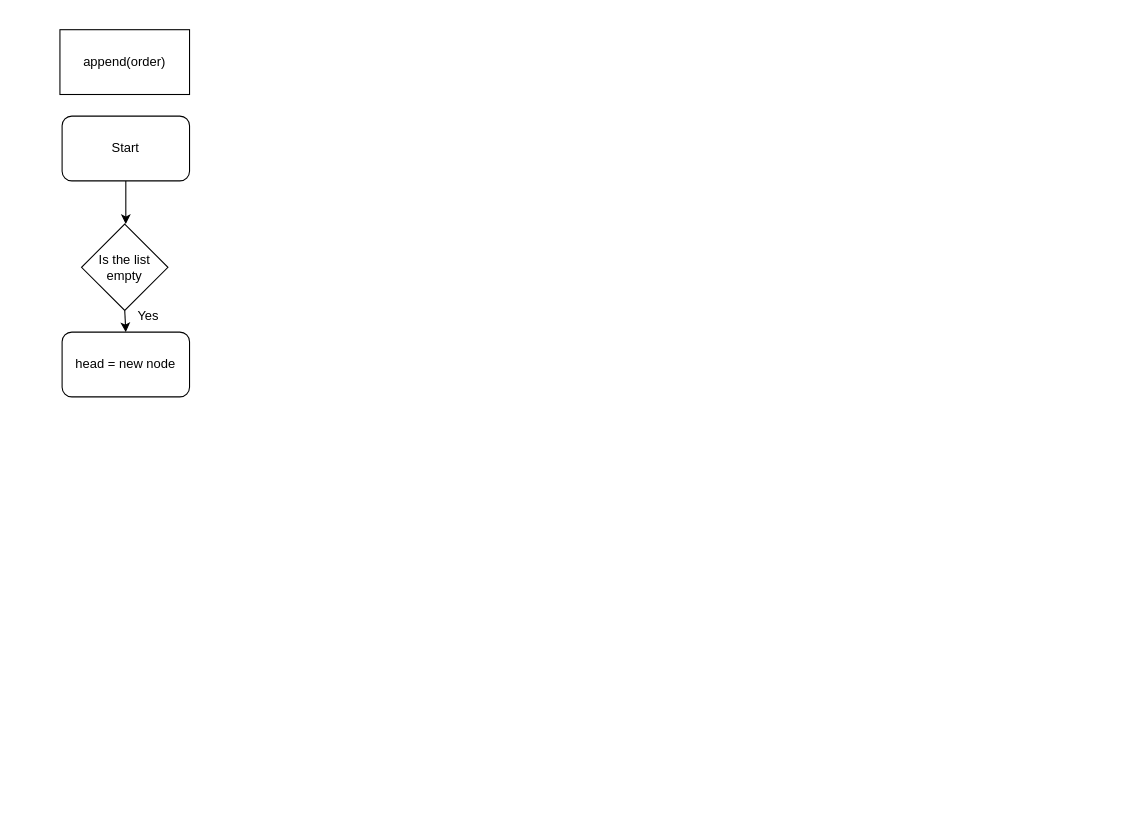
yanatnsc/E-Commerce-Order-Processing-System keeps this draw.io diagram as E-Commerce Order Processing System.drawio. Above is the earlier version. Source tidied: cells renumbered, new cells numbered last; positions are measured from the earlier drawing's top-left corner, leaving out a move shared by most shapes. Both pictures are drawn from the tidied source at 108%, with x=0, y=0 at pixel (59, 29).
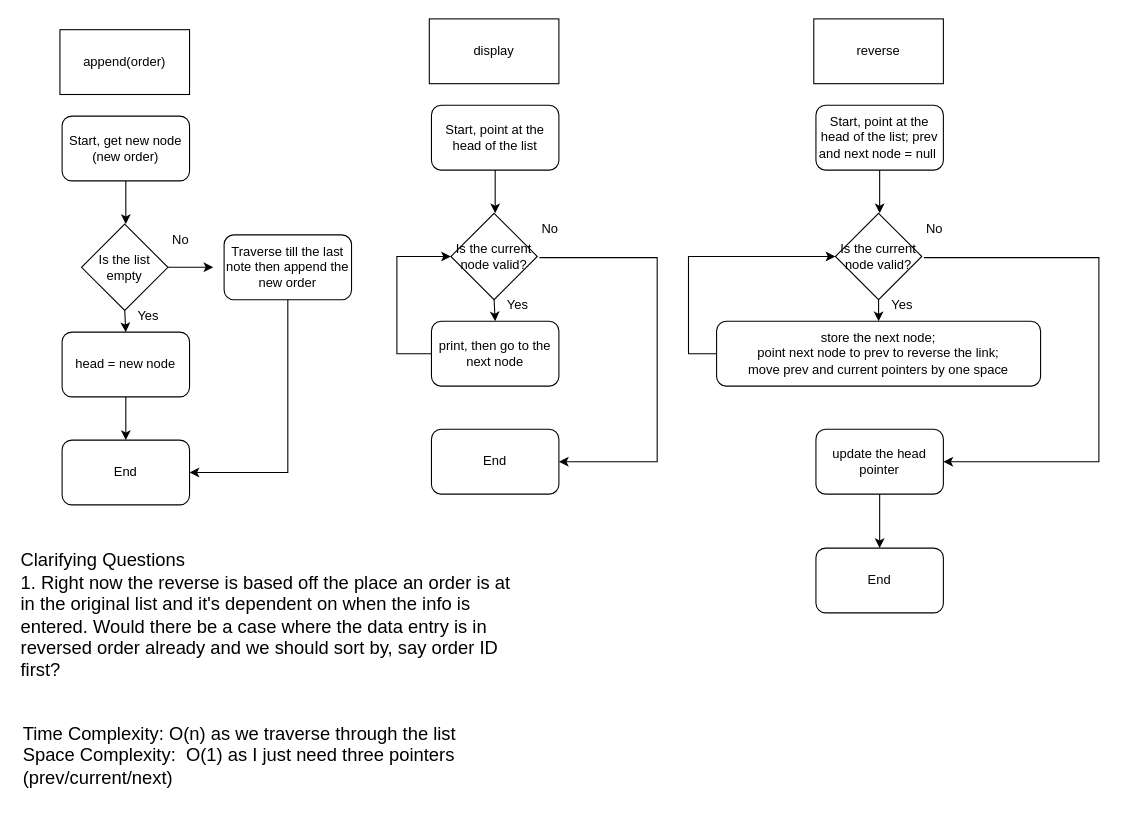
Above is the later version.

The change refers to these unchanged cells:
```xml
<mxCell id="6" value="Is the list empty" style="rhombus;whiteSpace=wrap;html=1;" parent="1" vertex="1">
  <mxGeometry x="20" y="180" width="80" height="80" as="geometry" />
</mxCell>
<mxCell id="7" value="head = new node" style="rounded=1;whiteSpace=wrap;html=1;" parent="1" vertex="1">
  <mxGeometry x="2" y="280" width="118" height="60" as="geometry" />
</mxCell>
```

What changed in the source:
```diff
@@
-    <mxCell id="3" value="Start" style="rounded=1;whiteSpace=wrap;html=1;" parent="1" vertex="1">
+    <mxCell id="3" value="Start, get new node (new order)" style="rounded=1;whiteSpace=wrap;html=1;" parent="1" vertex="1">
       <mxGeometry x="2" y="80" width="118" height="60" as="geometry" />
     </mxCell>
@@
+    <mxCell id="9" value="Yes" style="text;html=1;align=center;verticalAlign=middle;whiteSpace=wrap;rounded=0;" parent="1" vertex="1">
+      <mxGeometry x="52" y="250" width="60" height="30" as="geometry" />
+    </mxCell>
+    <mxCell id="10" style="endArrow=classic;html=1;rounded=0;exitX=1;exitY=0.5;exitDx=0;exitDy=0;entryX=-0.085;entryY=0.5;entryDx=0;entryDy=0;entryPerimeter=0;" parent="1" edge="1" source="6" target="11">
+      <mxGeometry relative="1" as="geometry" />
+    </mxCell>
-    <mxCell id="8" value="Yes" style="text;html=1;align=center;verticalAlign=middle;whiteSpace=wrap;rounded=0;" parent="1" vertex="1">
-      <mxGeometry x="52" y="250" width="60" height="30" as="geometry" />
+    <mxCell id="8" value="No" style="text;html=1;align=center;verticalAlign=middle;whiteSpace=wrap;rounded=0;" parent="1" vertex="1">
+      <mxGeometry x="82" y="180" width="60" height="30" as="geometry" />
     </mxCell>
+    <mxCell id="11" value="Traverse till the last note then append the new order" style="rounded=1;whiteSpace=wrap;html=1;" parent="1" vertex="1">
+      <mxGeometry x="152" y="190" width="118" height="60" as="geometry" />
+    </mxCell>
+    <mxCell id="12" value="End" style="rounded=1;whiteSpace=wrap;html=1;" parent="1" vertex="1">
+      <mxGeometry x="2" y="380" width="118" height="60" as="geometry" />
+    </mxCell>
+    <mxCell id="13" style="endArrow=classic;html=1;rounded=0;exitX=0.5;exitY=1;exitDx=0;exitDy=0;entryX=0.5;entryY=0;entryDx=0;entryDy=0;" parent="1" edge="1" source="7" target="12">
+      <mxGeometry relative="1" as="geometry" />
+    </mxCell>
+    <mxCell id="14" style="endArrow=classic;html=1;rounded=0;exitX=0.5;exitY=1;exitDx=0;exitDy=0;entryX=1;entryY=0.5;entryDx=0;entryDy=0;" parent="1" edge="1" source="11" target="12">
+      <mxGeometry relative="1" as="geometry">
+        <Array as="points">
+          <mxPoint x="211" y="410" />
+        </Array>
+      </mxGeometry>
+    </mxCell>
+    <mxCell id="15" style="edgeStyle=orthogonalEdgeStyle;rounded=0;jettySize=auto;html=1;exitX=0.5;exitY=1;exitDx=0;exitDy=0;" parent="1" edge="1" source="16">
+      <mxGeometry relative="1" as="geometry">
+        <mxPoint x="403" y="170" as="targetPoint" />
+      </mxGeometry>
+    </mxCell>
+    <mxCell id="16" value="Start, point at the head of the list" style="rounded=1;whiteSpace=wrap;html=1;" parent="1" vertex="1">
+      <mxGeometry x="344" y="70" width="118" height="60" as="geometry" />
+    </mxCell>
+    <mxCell id="17" value="display" style="rounded=0;whiteSpace=wrap;html=1;" parent="1" vertex="1">
+      <mxGeometry x="342" y="-10" width="120" height="60" as="geometry" />
+    </mxCell>
+    <mxCell id="18" style="endArrow=classic;html=1;rounded=0;exitX=0.5;exitY=1;exitDx=0;exitDy=0;entryX=0.5;entryY=0;entryDx=0;entryDy=0;" parent="1" edge="1" source="19" target="20">
+      <mxGeometry relative="1" as="geometry" />
+    </mxCell>
+    <mxCell id="19" value="Is the current node valid?" style="rhombus;whiteSpace=wrap;html=1;" parent="1" vertex="1">
+      <mxGeometry x="362" y="170" width="80" height="80" as="geometry" />
+    </mxCell>
+    <mxCell id="20" value="print, then go to the next node" style="rounded=1;whiteSpace=wrap;html=1;" parent="1" vertex="1">
+      <mxGeometry x="344" y="270" width="118" height="60" as="geometry" />
+    </mxCell>
+    <mxCell id="21" value="Yes" style="text;html=1;align=center;verticalAlign=middle;whiteSpace=wrap;rounded=0;" parent="1" vertex="1">
+      <mxGeometry x="394" y="240" width="60" height="30" as="geometry" />
+    </mxCell>
+    <mxCell id="22" value="No" style="text;html=1;align=center;verticalAlign=middle;whiteSpace=wrap;rounded=0;" parent="1" vertex="1">
+      <mxGeometry x="424" y="170" width="60" height="30" as="geometry" />
+    </mxCell>
+    <mxCell id="23" value="End" style="rounded=1;whiteSpace=wrap;html=1;" parent="1" vertex="1">
+      <mxGeometry x="344" y="370" width="118" height="60" as="geometry" />
+    </mxCell>
+    <mxCell id="24" style="endArrow=classic;html=1;rounded=0;exitX=0.333;exitY=1.367;exitDx=0;exitDy=0;entryX=1;entryY=0.5;entryDx=0;entryDy=0;exitPerimeter=0;" parent="1" edge="1" source="22" target="23">
+      <mxGeometry relative="1" as="geometry">
+        <Array as="points">
+          <mxPoint x="553" y="211" />
+          <mxPoint x="553" y="400" />
+        </Array>
+      </mxGeometry>
+    </mxCell>
+    <mxCell id="25" style="endArrow=classic;html=1;rounded=0;entryX=0;entryY=0.5;entryDx=0;entryDy=0;exitX=0;exitY=0.5;exitDx=0;exitDy=0;" parent="1" edge="1" source="20" target="19">
+      <mxGeometry relative="1" as="geometry">
+        <Array as="points">
+          <mxPoint x="312" y="300" />
+          <mxPoint x="312" y="210" />
+        </Array>
+      </mxGeometry>
+    </mxCell>
+    <mxCell id="26" style="edgeStyle=orthogonalEdgeStyle;rounded=0;jettySize=auto;html=1;exitX=0.5;exitY=1;exitDx=0;exitDy=0;" parent="1" edge="1" source="27">
+      <mxGeometry relative="1" as="geometry">
+        <mxPoint x="759" y="170" as="targetPoint" />
+      </mxGeometry>
+    </mxCell>
+    <mxCell id="27" value="Start, point at the head of the list; prev and next node = null&amp;nbsp;" style="rounded=1;whiteSpace=wrap;html=1;" parent="1" vertex="1">
+      <mxGeometry x="700" y="70" width="118" height="60" as="geometry" />
+    </mxCell>
+    <mxCell id="28" value="reverse" style="rounded=0;whiteSpace=wrap;html=1;" parent="1" vertex="1">
+      <mxGeometry x="698" y="-10" width="120" height="60" as="geometry" />
+    </mxCell>
+    <mxCell id="29" style="endArrow=classic;html=1;rounded=0;exitX=0.5;exitY=1;exitDx=0;exitDy=0;entryX=0.5;entryY=0;entryDx=0;entryDy=0;" parent="1" edge="1" source="30" target="31">
+      <mxGeometry relative="1" as="geometry" />
+    </mxCell>
+    <mxCell id="30" value="Is the current node valid?" style="rhombus;whiteSpace=wrap;html=1;" parent="1" vertex="1">
+      <mxGeometry x="718" y="170" width="80" height="80" as="geometry" />
+    </mxCell>
+    <mxCell id="31" value="store the next node;&lt;div&gt;point next node to prev to reverse the link;&lt;/div&gt;&lt;div&gt;move prev and current pointers by one space&lt;br&gt;&lt;/div&gt;" style="rounded=1;whiteSpace=wrap;html=1;" parent="1" vertex="1">
+      <mxGeometry x="608" y="270" width="300" height="60" as="geometry" />
+    </mxCell>
+    <mxCell id="32" value="Yes" style="text;html=1;align=center;verticalAlign=middle;whiteSpace=wrap;rounded=0;" parent="1" vertex="1">
+      <mxGeometry x="750" y="240" width="60" height="30" as="geometry" />
+    </mxCell>
+    <mxCell id="33" value="No" style="text;html=1;align=center;verticalAlign=middle;whiteSpace=wrap;rounded=0;" parent="1" vertex="1">
+      <mxGeometry x="780" y="170" width="60" height="30" as="geometry" />
+    </mxCell>
+    <mxCell id="34" value="update the head pointer" style="rounded=1;whiteSpace=wrap;html=1;" parent="1" vertex="1">
+      <mxGeometry x="700" y="370" width="118" height="60" as="geometry" />
+    </mxCell>
+    <mxCell id="35" style="endArrow=classic;html=1;rounded=0;exitX=0.333;exitY=1.367;exitDx=0;exitDy=0;entryX=1;entryY=0.5;entryDx=0;entryDy=0;exitPerimeter=0;" parent="1" edge="1" source="33" target="34">
+      <mxGeometry relative="1" as="geometry">
+        <Array as="points">
+          <mxPoint x="962" y="211" />
+          <mxPoint x="962" y="300" />
+          <mxPoint x="962" y="400" />
+        </Array>
+      </mxGeometry>
+    </mxCell>
+    <mxCell id="36" style="endArrow=classic;html=1;rounded=0;entryX=0;entryY=0.5;entryDx=0;entryDy=0;exitX=0;exitY=0.5;exitDx=0;exitDy=0;" parent="1" edge="1" source="31" target="30">
+      <mxGeometry relative="1" as="geometry">
+        <Array as="points">
+          <mxPoint x="582" y="300" />
+          <mxPoint x="582" y="210" />
+          <mxPoint x="668" y="210" />
+        </Array>
+      </mxGeometry>
+    </mxCell>
+    <mxCell id="37" value="End" style="rounded=1;whiteSpace=wrap;html=1;" parent="1" vertex="1">
+      <mxGeometry x="700" y="480" width="118" height="60" as="geometry" />
+    </mxCell>
+    <mxCell id="38" style="endArrow=classic;html=1;rounded=0;exitX=0.5;exitY=1;exitDx=0;exitDy=0;entryX=0.5;entryY=0;entryDx=0;entryDy=0;" parent="1" edge="1" source="34" target="37">
+      <mxGeometry relative="1" as="geometry" />
+    </mxCell>
+    <mxCell id="39" value="&lt;font style=&quot;font-size: 17px;&quot;&gt;Clarifying Questions&lt;/font&gt;&lt;div style=&quot;font-size: 17px;&quot;&gt;1. Right now the reverse is based off the place an order is at in the original list and it's dependent on when the info is entered. Would there be a case where the data entry is in reversed order already and we should sort by, say order ID first?&amp;nbsp;&lt;/div&gt;" style="text;html=1;align=left;verticalAlign=middle;whiteSpace=wrap;rounded=0;" parent="1" vertex="1">
+      <mxGeometry x="-38" y="500" width="460" height="85" as="geometry" />
+    </mxCell>
+    <mxCell id="40" value="&lt;span style=&quot;font-size: 17px;&quot;&gt;Time Complexity: O(n) as we traverse through the list&lt;/span&gt;&lt;div&gt;&lt;span style=&quot;font-size: 17px;&quot;&gt;Space Complexity:&amp;nbsp; O(1) as I just need three pointers (prev/current/next)&lt;br&gt;&lt;/span&gt;&lt;/div&gt;" style="text;html=1;align=left;verticalAlign=middle;whiteSpace=wrap;rounded=0;" parent="1" vertex="1">
+      <mxGeometry x="-36" y="630" width="460" height="85" as="geometry" />
+    </mxCell>
```
